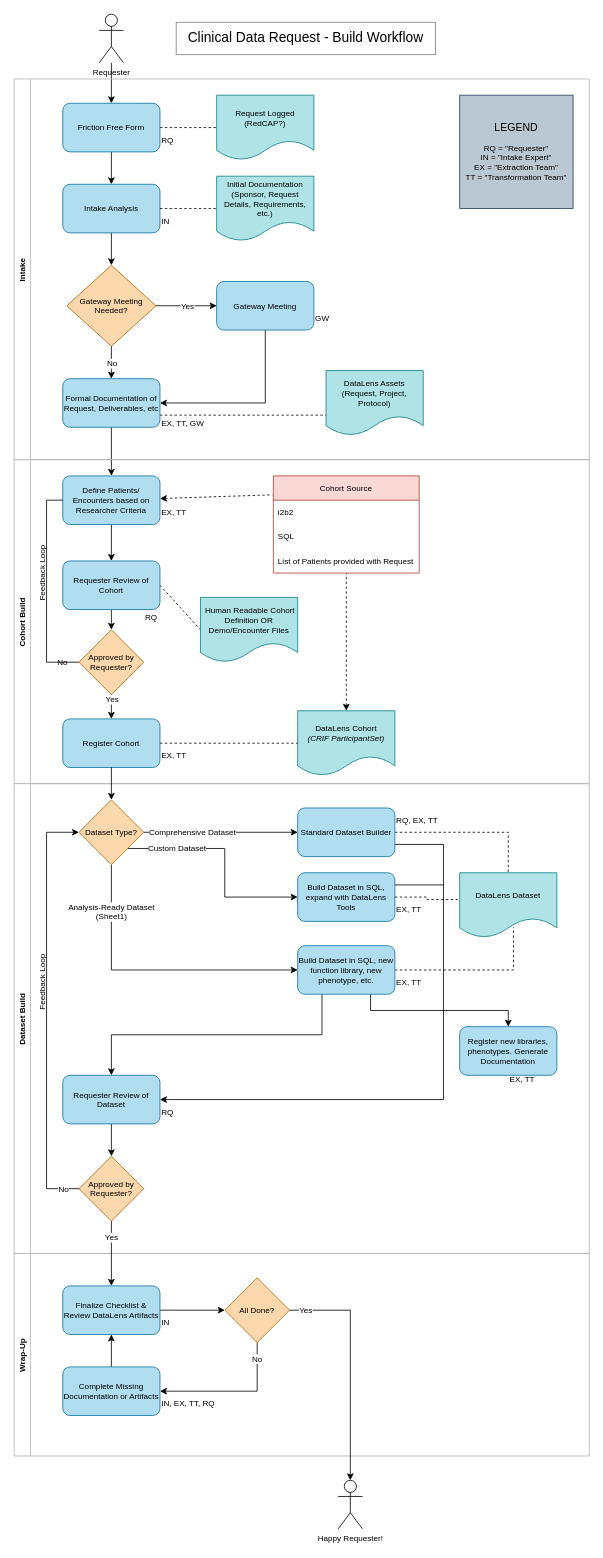
The draw.io diagram page "Build Workflow" (2 of 7) of Clinical Data Request.drawio in ntimkovich/UAB-II-Diagrams, before the edit. Source tidied: cells renumbered, new cells numbered last; positions are measured from the earlier drawing's top-left corner, leaving out a move shared by most shapes. Both pictures are drawn from the tidied source at 81%, with x=0, y=0 at pixel (10, 14).
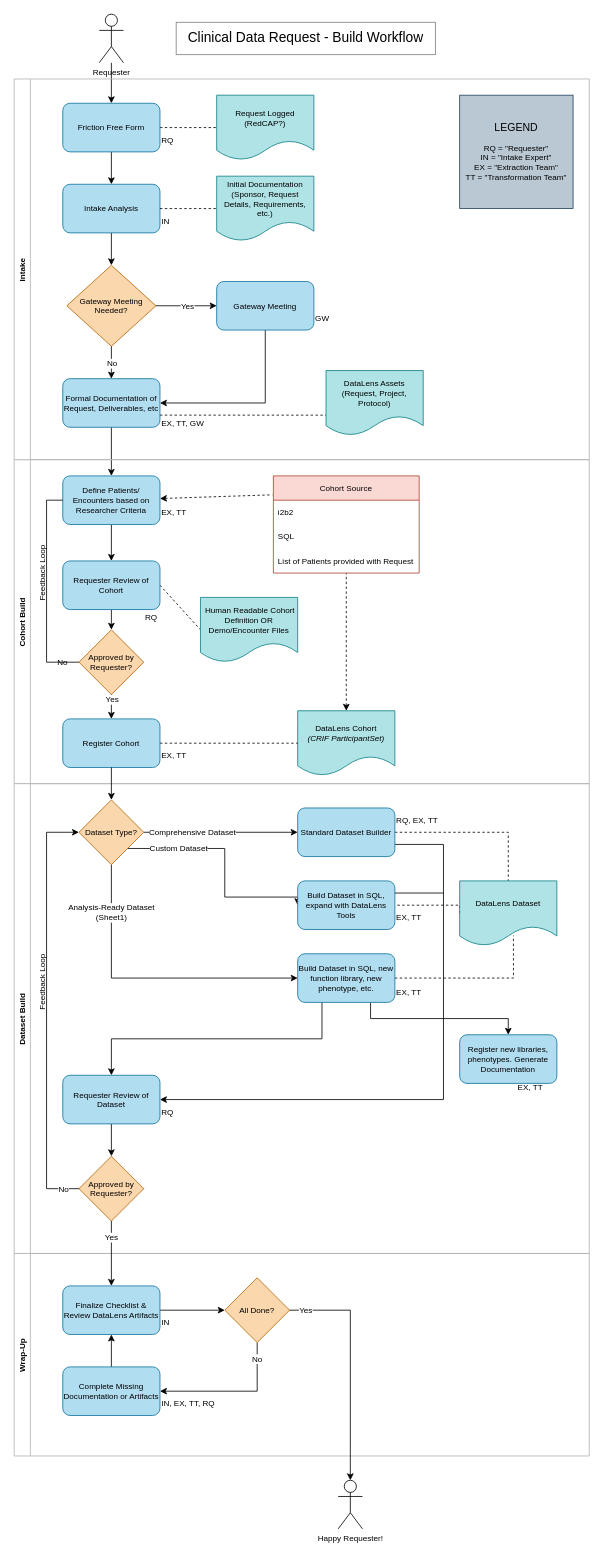
After the change.

The change refers to these unchanged cells:
```xml
<mxCell id="54" value="Dataset Build" style="swimlane;horizontal=0;fontSize=10;fontColor=#000000;startSize=20;strokeColor=#B3B3B3;" parent="1" vertex="1">
  <mxGeometry x="5" y="950" width="710" height="580" as="geometry" />
</mxCell>
```

Diff of the diagram source:
```diff
@@
+    <mxCell id="95" style="edgeStyle=orthogonalEdgeStyle;rounded=0;jettySize=auto;html=1;exitX=0;exitY=0.5;exitDx=0;exitDy=0;entryX=0;entryY=0;entryDx=0;entryDy=0;dashed=1;startArrow=none;startFill=0;endArrow=none;endFill=0;" parent="54" edge="1" source="62" target="65">
+      <mxGeometry relative="1" as="geometry">
+        <Array as="points">
+          <mxPoint x="500" y="150" />
+          <mxPoint x="500" y="150" />
+        </Array>
+      </mxGeometry>
+    </mxCell>
     <mxCell id="62" value="DataLens Dataset" style="shape=document;whiteSpace=wrap;html=1;boundedLbl=1;fontSize=10;fillColor=#b0e3e6;strokeColor=#0e8088;" parent="54" vertex="1">
-      <mxGeometry x="550" y="110" width="120" height="80" as="geometry" />
+      <mxGeometry x="550" y="120" width="120" height="80" as="geometry" />
     </mxCell>
     <mxCell id="63" value="Build Dataset in SQL, expand with DataLens Tools" style="rounded=1;whiteSpace=wrap;html=1;fontSize=10;fillColor=#b1ddf0;strokeColor=#10739e;" parent="54" vertex="1">
-      <mxGeometry x="350" y="110" width="120" height="60" as="geometry" />
+      <mxGeometry x="350" y="120" width="120" height="60" as="geometry" />
     </mxCell>
-    <mxCell id="64" style="edgeStyle=orthogonalEdgeStyle;rounded=0;jettySize=auto;html=1;exitX=0;exitY=0;exitDx=0;exitDy=0;entryX=-0.02;entryY=0.413;entryDx=0;entryDy=0;entryPerimeter=0;dashed=1;fontSize=10;fontColor=#000000;startArrow=none;startFill=0;endArrow=none;endFill=0;" parent="54" edge="1" source="65" target="62">
-      <mxGeometry relative="1" as="geometry">
-        <Array as="points">
-          <mxPoint x="510" y="140" />
-          <mxPoint x="510" y="143" />
-        </Array>
-      </mxGeometry>
-    </mxCell>
     <mxCell id="65" value="EX, TT" style="text;html=1;strokeColor=none;fillColor=none;align=left;verticalAlign=middle;whiteSpace=wrap;rounded=0;fontSize=10;fontColor=#000000;" parent="54" vertex="1">
-      <mxGeometry x="470" y="140" width="60" height="30" as="geometry" />
+      <mxGeometry x="470" y="150" width="60" height="30" as="geometry" />
     </mxCell>
@@
     <mxCell id="69" value="Build Dataset in SQL, new function library, new phenotype, etc." style="rounded=1;whiteSpace=wrap;html=1;fontSize=10;fillColor=#b1ddf0;strokeColor=#10739e;" parent="54" vertex="1">
-      <mxGeometry x="350" y="200" width="120" height="60" as="geometry" />
+      <mxGeometry x="350" y="210" width="120" height="60" as="geometry" />
     </mxCell>
     <mxCell id="70" value="EX, TT" style="text;html=1;strokeColor=none;fillColor=none;align=left;verticalAlign=middle;whiteSpace=wrap;rounded=0;fontSize=10;fontColor=#000000;" parent="54" vertex="1">
-      <mxGeometry x="470" y="230" width="60" height="30" as="geometry" />
+      <mxGeometry x="470" y="242" width="60" height="30" as="geometry" />
     </mxCell>
     <mxCell id="71" value="Register new libraries, phenotypes. Generate Documentation" style="rounded=1;whiteSpace=wrap;html=1;fontSize=10;fillColor=#b1ddf0;strokeColor=#10739e;" parent="54" vertex="1">
-      <mxGeometry x="550" y="300" width="120" height="60" as="geometry" />
+      <mxGeometry x="550" y="310" width="120" height="60" as="geometry" />
     </mxCell>
@@
     <mxCell id="76" value="EX, TT" style="text;html=1;strokeColor=none;fillColor=none;align=left;verticalAlign=middle;whiteSpace=wrap;rounded=0;fontSize=10;fontColor=#000000;" parent="54" vertex="1">
-      <mxGeometry x="610" y="350" width="60" height="30" as="geometry" />
+      <mxGeometry x="620" y="360" width="60" height="30" as="geometry" />
     </mxCell>
@@
     <mxCell id="81" style="edgeStyle=orthogonalEdgeStyle;rounded=0;jettySize=auto;html=1;exitX=1;exitY=0.25;exitDx=0;exitDy=0;fontSize=10;fontColor=#000000;startArrow=none;startFill=0;endArrow=none;endFill=0;" parent="1" edge="1" source="63">
       <mxGeometry relative="1" as="geometry">
-        <mxPoint x="535" y="1075" as="targetPoint" />
+        <mxPoint x="535" y="1085" as="targetPoint" />
+        <Array as="points">
+          <mxPoint x="535" y="1085" />
+        </Array>
       </mxGeometry>
     </mxCell>
```
